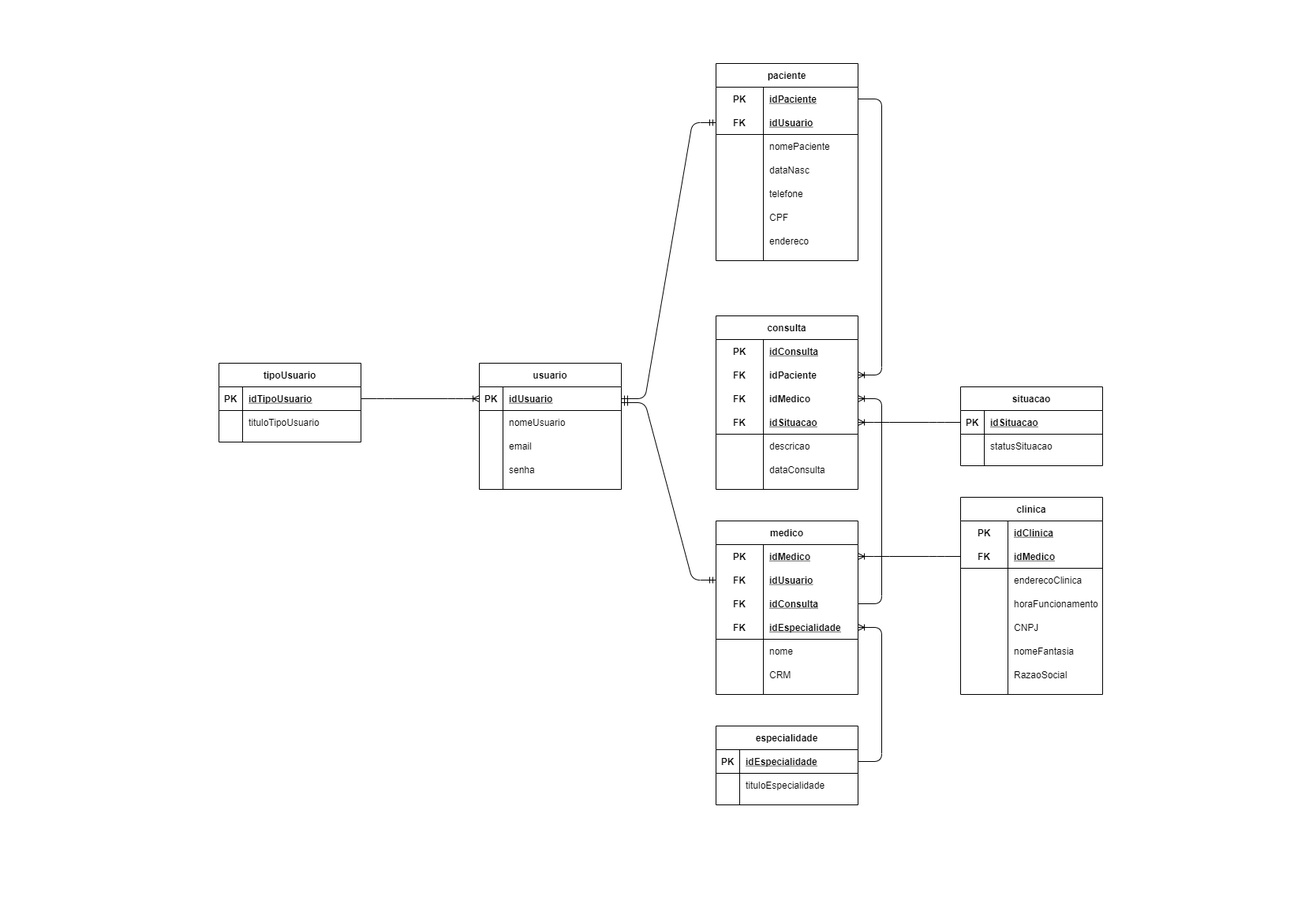
This is MODELAGENS/SpMedGroup-modelagem-logico.png from tavinlima/SPMedicalGroup-SENAI, a draw.io export, as it was before one commit. Source tidied: cells renumbered, new cells last; positions are measured from the earlier drawing's top-left corner, leaving out a move shared by most shapes.
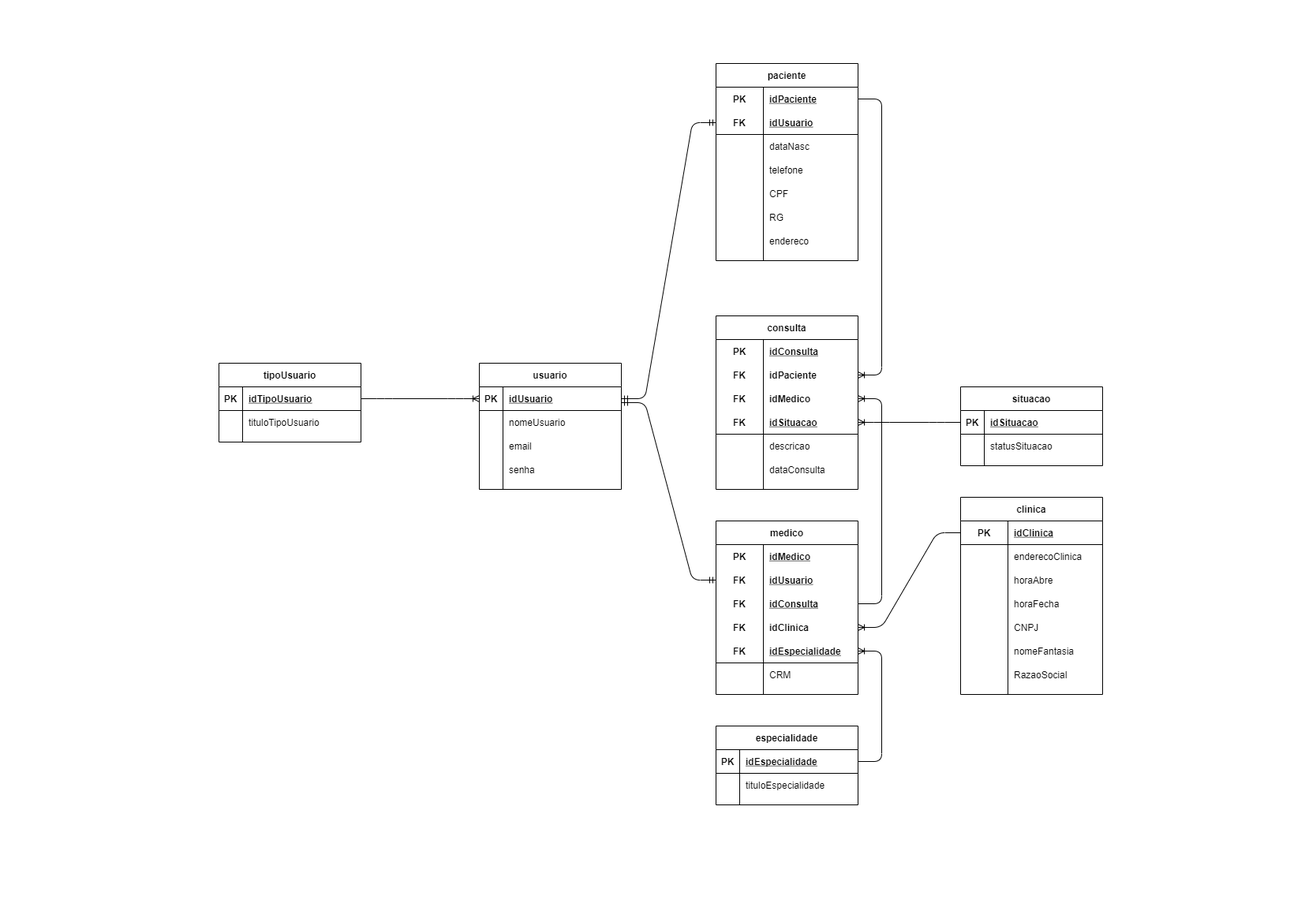
After the commit.

What changed in the source:
```diff
@@ -74,8 +74,17 @@
     <mxCell id="25" value="idConsulta" style="shape=partialRectangle;fillColor=none;top=0;left=0;bottom=0;right=0;align=left;spacingLeft=6;fontStyle=5;overflow=hidden;" parent="23" vertex="1">
       <mxGeometry x="60" width="120" height="30" as="geometry" />
     </mxCell>
+    <mxCell id="126" style="shape=partialRectangle;fillColor=none;top=0;left=0;bottom=0;right=0;points=[[0,0.5],[1,0.5]];portConstraint=eastwest;" parent="16" vertex="1">
+      <mxGeometry y="120" width="180" height="30" as="geometry" />
+    </mxCell>
+    <mxCell id="127" value="FK" style="shape=partialRectangle;fillColor=none;top=0;left=0;bottom=0;right=0;fontStyle=1;overflow=hidden;" parent="126" vertex="1">
+      <mxGeometry width="60" height="30" as="geometry" />
+    </mxCell>
+    <mxCell id="38" value="idClinica" style="shape=partialRectangle;fillColor=none;top=0;left=0;bottom=0;right=0;align=left;spacingLeft=6;fontStyle=1;overflow=hidden;" parent="126" vertex="1">
+      <mxGeometry x="60" width="120" height="30" as="geometry" />
+    </mxCell>
     <mxCell id="26" style="shape=partialRectangle;fillColor=none;top=0;left=0;bottom=1;right=0;points=[[0,0.5],[1,0.5]];portConstraint=eastwest;" parent="16" vertex="1">
-      <mxGeometry y="120" width="180" height="30" as="geometry" />
+      <mxGeometry y="150" width="180" height="30" as="geometry" />
     </mxCell>
     <mxCell id="27" value="FK" style="shape=partialRectangle;fillColor=none;top=0;left=0;bottom=0;right=0;fontStyle=1;overflow=hidden;" parent="26" vertex="1">
       <mxGeometry width="60" height="30" as="geometry" />
@@ -83,15 +92,6 @@
     <mxCell id="28" value="idEspecialidade" style="shape=partialRectangle;fillColor=none;top=0;left=0;bottom=0;right=0;align=left;spacingLeft=6;fontStyle=5;overflow=hidden;" parent="26" vertex="1">
       <mxGeometry x="60" width="120" height="30" as="geometry" />
     </mxCell>
-    <mxCell id="29" style="shape=partialRectangle;fillColor=none;top=0;left=0;bottom=0;right=0;" parent="16" vertex="1">
-      <mxGeometry y="150" width="180" height="30" as="geometry" />
-    </mxCell>
-    <mxCell id="30" style="shape=partialRectangle;fillColor=none;top=0;left=0;bottom=0;right=0;overflow=hidden;" parent="29" vertex="1">
-      <mxGeometry width="60" height="30" as="geometry" />
-    </mxCell>
-    <mxCell id="31" value="nome" style="shape=partialRectangle;fillColor=none;top=0;left=0;bottom=0;right=0;align=left;spacingLeft=6;overflow=hidden;" parent="29" vertex="1">
-      <mxGeometry x="60" width="120" height="30" as="geometry" />
-    </mxCell>
     <mxCell id="32" style="shape=partialRectangle;fillColor=none;top=0;left=0;bottom=0;right=0;" parent="16" vertex="1">
       <mxGeometry y="180" width="180" height="30" as="geometry" />
     </mxCell>
@@ -104,26 +104,17 @@
     <mxCell id="35" value="clinica" style="shape=table;startSize=30;rowLines=0;fontStyle=1;align=center;" parent="1" vertex="1">
       <mxGeometry x="940" y="550" width="180" height="250" as="geometry" />
     </mxCell>
-    <mxCell id="36" style="shape=partialRectangle;fillColor=none;top=0;left=0;bottom=0;right=0;" parent="35" vertex="1">
-      <mxGeometry y="30" width="180" height="30" as="geometry" />
-    </mxCell>
-    <mxCell id="37" value="PK" style="shape=partialRectangle;fillColor=none;top=0;left=0;bottom=0;right=0;fontStyle=1;overflow=hidden;" parent="36" vertex="1">
-      <mxGeometry width="60" height="30" as="geometry" />
-    </mxCell>
-    <mxCell id="38" value="idClinica" style="shape=partialRectangle;fillColor=none;top=0;left=0;bottom=0;right=0;align=left;spacingLeft=6;fontStyle=5;overflow=hidden;" parent="36" vertex="1">
-      <mxGeometry x="60" width="120" height="30" as="geometry" />
-    </mxCell>
     <mxCell id="39" style="shape=partialRectangle;fillColor=none;top=0;left=0;bottom=1;right=0;points=[[0,0.5],[1,0.5]];portConstraint=eastwest;" parent="35" vertex="1">
-      <mxGeometry y="60" width="180" height="30" as="geometry" />
+      <mxGeometry y="30" width="180" height="30" as="geometry" />
     </mxCell>
-    <mxCell id="40" value="FK" style="shape=partialRectangle;fillColor=none;top=0;left=0;bottom=0;right=0;fontStyle=1;overflow=hidden;" parent="39" vertex="1">
+    <mxCell id="40" value="PK" style="shape=partialRectangle;fillColor=none;top=0;left=0;bottom=0;right=0;fontStyle=1;overflow=hidden;" parent="39" vertex="1">
       <mxGeometry width="60" height="30" as="geometry" />
     </mxCell>
-    <mxCell id="41" value="idMedico" style="shape=partialRectangle;fillColor=none;top=0;left=0;bottom=0;right=0;align=left;spacingLeft=6;fontStyle=5;overflow=hidden;" parent="39" vertex="1">
+    <mxCell id="41" value="idClinica" style="shape=partialRectangle;fillColor=none;top=0;left=0;bottom=0;right=0;align=left;spacingLeft=6;fontStyle=5;overflow=hidden;" parent="39" vertex="1">
       <mxGeometry x="60" width="120" height="30" as="geometry" />
     </mxCell>
     <mxCell id="42" style="shape=partialRectangle;fillColor=none;top=0;left=0;bottom=0;right=0;" parent="35" vertex="1">
-      <mxGeometry y="90" width="180" height="30" as="geometry" />
+      <mxGeometry y="60" width="180" height="30" as="geometry" />
     </mxCell>
     <mxCell id="43" style="shape=partialRectangle;fillColor=none;top=0;left=0;bottom=0;right=0;overflow=hidden;" parent="42" vertex="1">
       <mxGeometry width="60" height="30" as="geometry" />
@@ -131,13 +122,22 @@
     <mxCell id="44" value="enderecoClinica" style="shape=partialRectangle;fillColor=none;top=0;left=0;bottom=0;right=0;align=left;spacingLeft=6;overflow=hidden;" parent="42" vertex="1">
       <mxGeometry x="60" width="120" height="30" as="geometry" />
     </mxCell>
+    <mxCell id="100" style="shape=partialRectangle;fillColor=none;top=0;left=0;bottom=0;right=0;" parent="35" vertex="1">
+      <mxGeometry y="90" width="180" height="30" as="geometry" />
+    </mxCell>
+    <mxCell id="128" style="shape=partialRectangle;fillColor=none;top=0;left=0;bottom=0;right=0;overflow=hidden;" parent="100" vertex="1">
+      <mxGeometry width="60" height="30" as="geometry" />
+    </mxCell>
+    <mxCell id="129" value="horaAbre" style="shape=partialRectangle;fillColor=none;top=0;left=0;bottom=0;right=0;align=left;spacingLeft=6;overflow=hidden;" parent="100" vertex="1">
+      <mxGeometry x="60" width="120" height="30" as="geometry" />
+    </mxCell>
     <mxCell id="45" style="shape=partialRectangle;fillColor=none;top=0;left=0;bottom=0;right=0;" parent="35" vertex="1">
       <mxGeometry y="120" width="180" height="30" as="geometry" />
     </mxCell>
     <mxCell id="46" style="shape=partialRectangle;fillColor=none;top=0;left=0;bottom=0;right=0;overflow=hidden;" parent="45" vertex="1">
       <mxGeometry width="60" height="30" as="geometry" />
     </mxCell>
-    <mxCell id="47" value="horaFuncionamento" style="shape=partialRectangle;fillColor=none;top=0;left=0;bottom=0;right=0;align=left;spacingLeft=6;overflow=hidden;" parent="45" vertex="1">
+    <mxCell id="47" value="horaFecha" style="shape=partialRectangle;fillColor=none;top=0;left=0;bottom=0;right=0;align=left;spacingLeft=6;overflow=hidden;" parent="45" vertex="1">
       <mxGeometry x="60" width="120" height="30" as="geometry" />
     </mxCell>
     <mxCell id="48" style="shape=partialRectangle;fillColor=none;top=0;left=0;bottom=0;right=0;" parent="35" vertex="1">
@@ -233,7 +233,7 @@
     <mxCell id="78" style="edgeStyle=entityRelationEdgeStyle;fontSize=12;html=1;endArrow=ERoneToMany;entryX=1;entryY=0.5;entryDx=0;entryDy=0;exitX=1;exitY=0.5;exitDx=0;exitDy=0;" parent="1" edge="1" source="3" target="26">
       <mxGeometry relative="1" as="geometry" />
     </mxCell>
-    <mxCell id="79" style="edgeStyle=entityRelationEdgeStyle;fontSize=12;html=1;endArrow=ERoneToMany;exitX=0;exitY=0.5;exitDx=0;exitDy=0;entryX=1;entryY=0.5;entryDx=0;entryDy=0;" parent="1" edge="1" source="39" target="17">
+    <mxCell id="79" style="edgeStyle=entityRelationEdgeStyle;fontSize=12;html=1;endArrow=ERoneToMany;exitX=0;exitY=0.5;exitDx=0;exitDy=0;entryX=1;entryY=0.5;entryDx=0;entryDy=0;" parent="1" edge="1" source="39" target="126">
       <mxGeometry relative="1" as="geometry" />
     </mxCell>
     <mxCell id="80" value="usuario" style="shape=table;startSize=30;rowLines=0;fontStyle=1;align=center;" parent="1" vertex="1">
@@ -296,17 +296,8 @@
     <mxCell id="99" value="idUsuario" style="shape=partialRectangle;fillColor=none;top=0;left=0;bottom=0;right=0;align=left;spacingLeft=6;fontStyle=5;overflow=hidden;" parent="97" vertex="1">
       <mxGeometry x="60" width="120" height="30" as="geometry" />
     </mxCell>
-    <mxCell id="100" style="shape=partialRectangle;fillColor=none;top=0;left=0;bottom=0;right=0;" parent="93" vertex="1">
-      <mxGeometry y="90" width="180" height="30" as="geometry" />
-    </mxCell>
-    <mxCell id="101" style="shape=partialRectangle;fillColor=none;top=0;left=0;bottom=0;right=0;overflow=hidden;" parent="100" vertex="1">
-      <mxGeometry width="60" height="30" as="geometry" />
-    </mxCell>
-    <mxCell id="102" value="nomePaciente" style="shape=partialRectangle;fillColor=none;top=0;left=0;bottom=0;right=0;align=left;spacingLeft=6;overflow=hidden;" parent="100" vertex="1">
-      <mxGeometry x="60" width="120" height="30" as="geometry" />
-    </mxCell>
     <mxCell id="103" style="shape=partialRectangle;fillColor=none;top=0;left=0;bottom=0;right=0;" parent="93" vertex="1">
-      <mxGeometry y="120" width="180" height="30" as="geometry" />
+      <mxGeometry y="90" width="180" height="30" as="geometry" />
     </mxCell>
     <mxCell id="104" style="shape=partialRectangle;fillColor=none;top=0;left=0;bottom=0;right=0;overflow=hidden;" parent="103" vertex="1">
       <mxGeometry width="60" height="30" as="geometry" />
@@ -315,7 +306,7 @@
       <mxGeometry x="60" width="120" height="30" as="geometry" />
     </mxCell>
     <mxCell id="106" style="shape=partialRectangle;fillColor=none;top=0;left=0;bottom=0;right=0;" parent="93" vertex="1">
-      <mxGeometry y="150" width="180" height="30" as="geometry" />
+      <mxGeometry y="120" width="180" height="30" as="geometry" />
     </mxCell>
     <mxCell id="107" style="shape=partialRectangle;fillColor=none;top=0;left=0;bottom=0;right=0;overflow=hidden;" parent="106" vertex="1">
       <mxGeometry width="60" height="30" as="geometry" />
@@ -324,7 +315,7 @@
       <mxGeometry x="60" width="120" height="30" as="geometry" />
     </mxCell>
     <mxCell id="109" style="shape=partialRectangle;fillColor=none;top=0;left=0;bottom=0;right=0;" parent="93" vertex="1">
-      <mxGeometry y="180" width="180" height="30" as="geometry" />
+      <mxGeometry y="150" width="180" height="30" as="geometry" />
     </mxCell>
     <mxCell id="110" style="shape=partialRectangle;fillColor=none;top=0;left=0;bottom=0;right=0;overflow=hidden;" parent="109" vertex="1">
       <mxGeometry width="60" height="30" as="geometry" />
@@ -332,6 +323,15 @@
     <mxCell id="111" value="CPF" style="shape=partialRectangle;fillColor=none;top=0;left=0;bottom=0;right=0;align=left;spacingLeft=6;overflow=hidden;" parent="109" vertex="1">
       <mxGeometry x="60" width="120" height="30" as="geometry" />
     </mxCell>
+    <mxCell id="130" style="shape=partialRectangle;fillColor=none;top=0;left=0;bottom=0;right=0;" parent="93" vertex="1">
+      <mxGeometry y="180" width="180" height="30" as="geometry" />
+    </mxCell>
+    <mxCell id="131" style="shape=partialRectangle;fillColor=none;top=0;left=0;bottom=0;right=0;overflow=hidden;" parent="130" vertex="1">
+      <mxGeometry width="60" height="30" as="geometry" />
+    </mxCell>
+    <mxCell id="132" value="RG" style="shape=partialRectangle;fillColor=none;top=0;left=0;bottom=0;right=0;align=left;spacingLeft=6;overflow=hidden;" parent="130" vertex="1">
+      <mxGeometry x="60" width="120" height="30" as="geometry" />
+    </mxCell>
     <mxCell id="112" style="shape=partialRectangle;fillColor=none;top=0;left=0;bottom=0;right=0;" parent="93" vertex="1">
       <mxGeometry y="210" width="180" height="30" as="geometry" />
     </mxCell>
```
